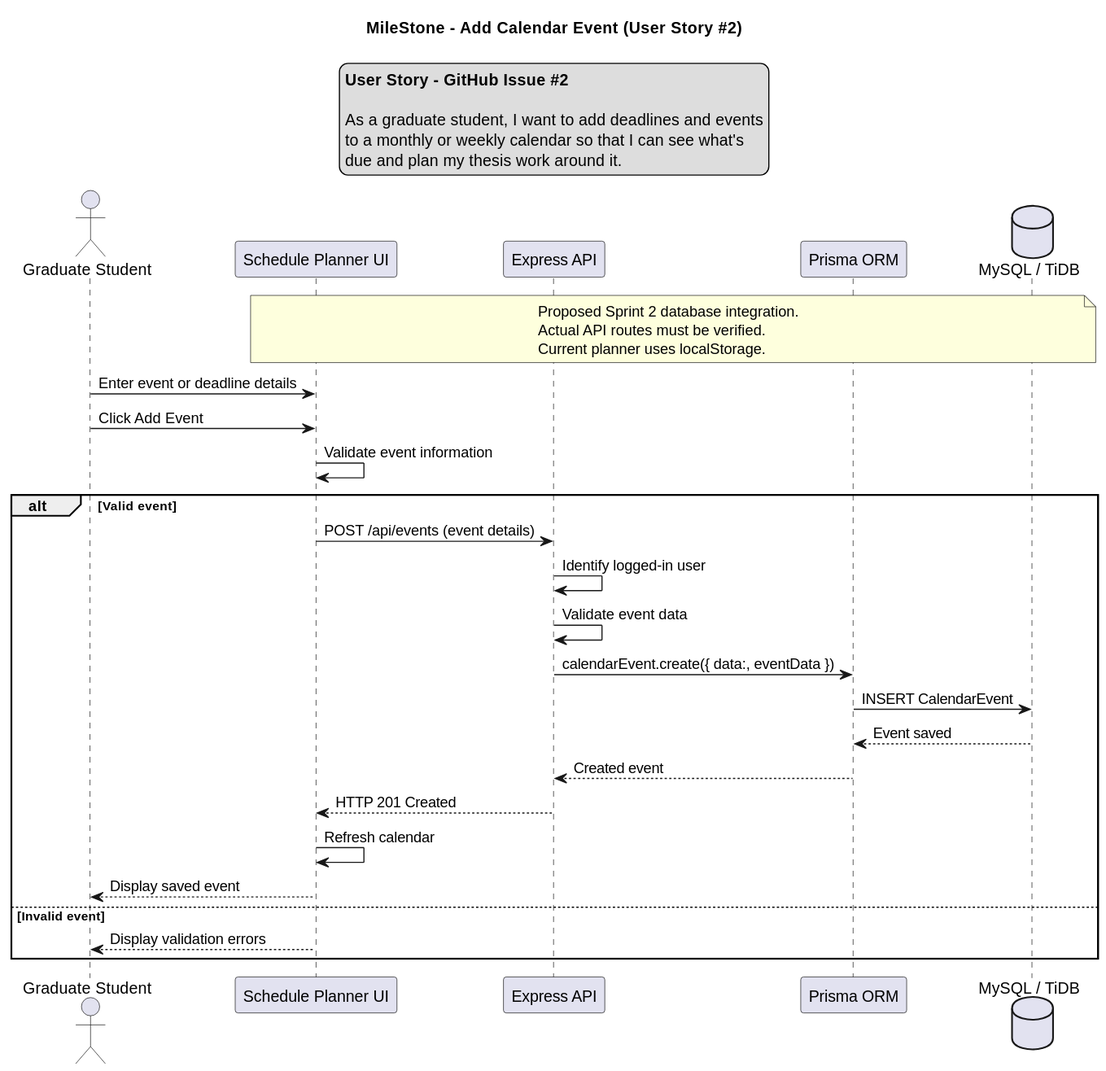
Before: docs/uml/CalendarEventSequence.svg, a diagram exported from PlantUML (aledepau101/MileStone). Source of this version:
```plantuml
@startuml
title MileStone - Add Calendar Event (User Story #2)
legend top
    <b>User Story - GitHub Issue #2</b>

    As a graduate student, I want to add deadlines and events
    to a monthly or weekly calendar so that I can see what's
    due and plan my thesis work around it.
endlegend

actor "Graduate Student" as Student
participant "Schedule Planner UI" as UI
participant "Express API" as API
participant "Prisma ORM" as Prisma
database "MySQL / TiDB" as DB

note over UI, DB
    Proposed Sprint 2 database integration.
    Actual API routes must be verified.
    Current planner uses localStorage.
end note

Student -> UI: Enter event or deadline details
Student -> UI: Click Add Event

UI -> UI: Validate event information

alt Valid event
    UI -> API: POST /api/events (event details)

    API -> API: Identify logged-in user
    API -> API: Validate event data

    API -> Prisma: calendarEvent.create({ data:, eventData })
    Prisma -> DB: INSERT CalendarEvent
    DB --> Prisma: Event saved
    Prisma --> API: Created event

    API --> UI: HTTP 201 Created
    UI -> UI: Refresh calendar
    UI --> Student: Display saved event

else Invalid event
    UI --> Student: Display validation errors
end
@enduml
```
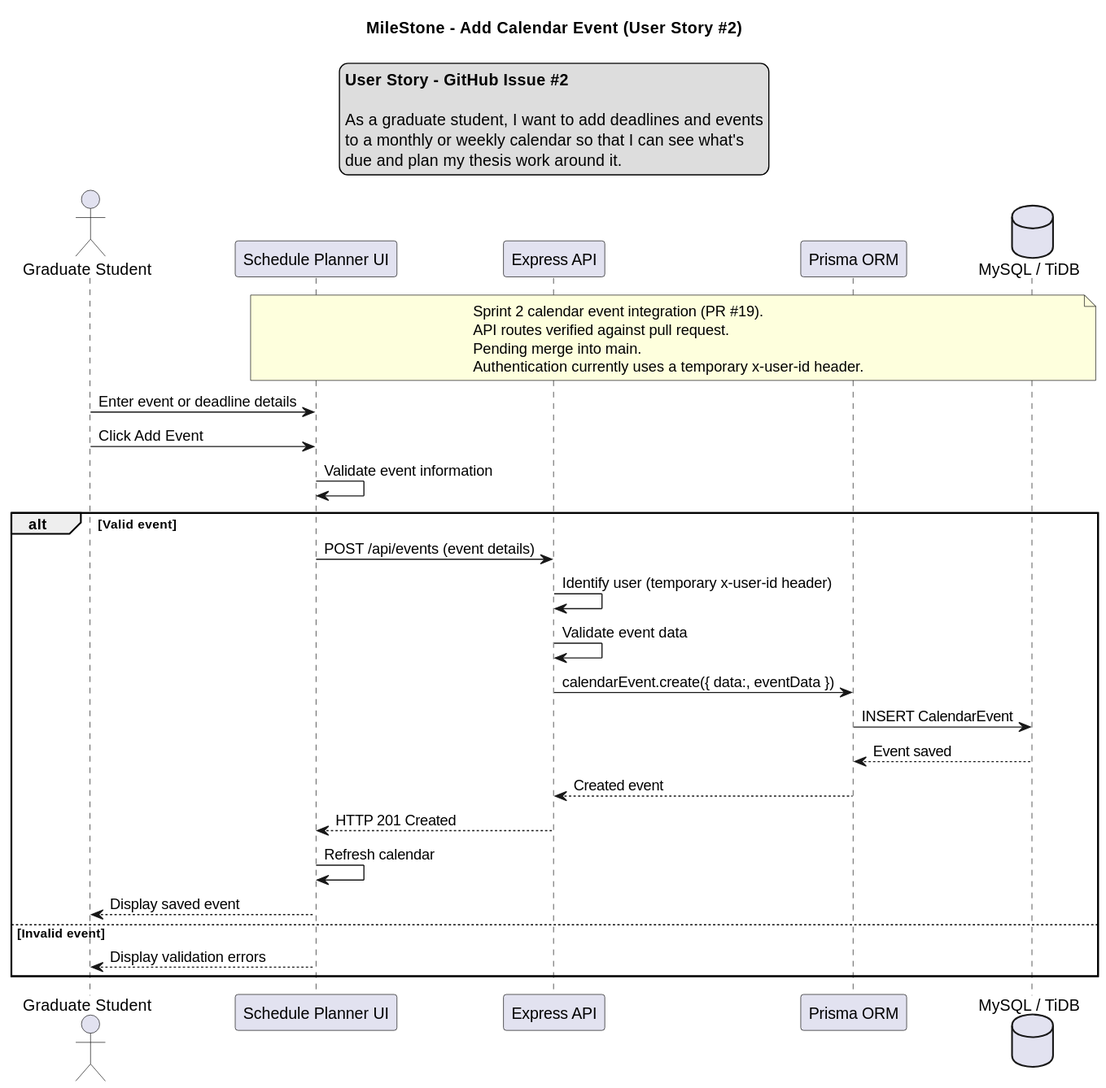
The same diagram one commit later.

Commit message:
Update calendar event UML to match Sprint 2 API

Update the calendar event sequence diagram to reflect PR #19, including the temporary authentication header and pending merge status.

Diff of the diagram source:
```diff
@@ -15,9 +15,10 @@
 database "MySQL / TiDB" as DB
 
 note over UI, DB
-    Proposed Sprint 2 database integration.
-    Actual API routes must be verified.
-    Current planner uses localStorage.
+    Sprint 2 calendar event integration (PR #19).
+    API routes verified against pull request.
+    Pending merge into main.
+    Authentication currently uses a temporary x-user-id header.
 end note
 
 Student -> UI: Enter event or deadline details
@@ -28,7 +29,7 @@
 alt Valid event
     UI -> API: POST /api/events (event details)
 
-    API -> API: Identify logged-in user
+    API -> API: Identify user (temporary x-user-id header)
     API -> API: Validate event data
 
     API -> Prisma: calendarEvent.create({ data:, eventData })
```
